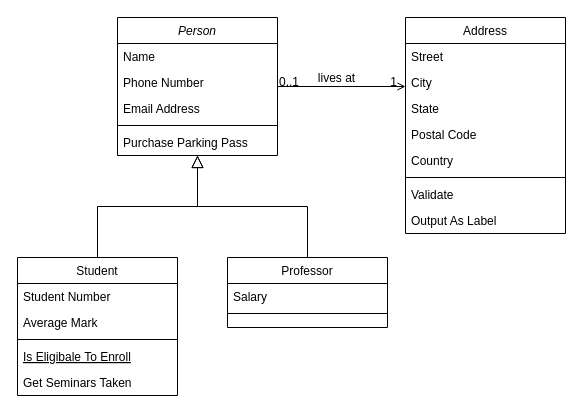
agilles1/private-studio-app keeps this draw.io diagram as Untitled Diagram.drawio. Above is the earlier version. Source tidied: cells renumbered, new cells numbered last; positions are measured from the earlier drawing's top-left corner, leaving out a move shared by most shapes. Both pictures are drawn from the tidied source at 100%, with x=0, y=0 at pixel (17, 17).
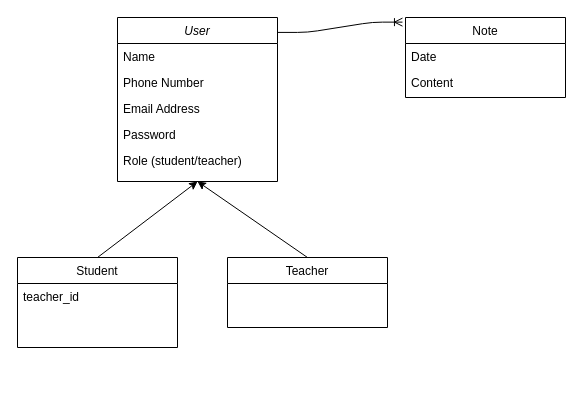
The same diagram, later.

Diff of the diagram source:
```diff
@@
-    <mxCell id="2" value="Person" style="swimlane;fontStyle=2;align=center;verticalAlign=top;horizontal=1;startSize=26;rounded=0;shadow=0;strokeWidth=1;" parent="1" vertex="1">
-      <mxGeometry x="100" width="160" height="138" as="geometry" />
+    <mxCell id="2" value="User" style="swimlane;fontStyle=2;align=center;verticalAlign=top;horizontal=1;startSize=26;rounded=0;shadow=0;strokeWidth=1;" parent="1" vertex="1">
+      <mxGeometry x="100" width="160" height="164" as="geometry" />
     </mxCell>
@@
-    <mxCell id="6" style="line;html=1;strokeWidth=1;align=left;verticalAlign=middle;spacingTop=-1;spacingLeft=3;spacingRight=3;labelPosition=right;" parent="2" vertex="1">
-      <mxGeometry y="104" width="160" height="8" as="geometry" />
-    </mxCell>
-    <mxCell id="7" value="Purchase Parking Pass" style="text;align=left;verticalAlign=top;spacingLeft=4;spacingRight=4;overflow=hidden;" parent="2" vertex="1">
-      <mxGeometry y="112" width="160" height="26" as="geometry" />
-    </mxCell>
+    <mxCell id="32" value="Password" style="text;align=left;verticalAlign=top;spacingLeft=4;spacingRight=4;overflow=hidden;rounded=0;shadow=0;html=0;" parent="2" vertex="1">
+      <mxGeometry y="104" width="160" height="26" as="geometry" />
+    </mxCell>
+    <mxCell id="33" value="Role (student/teacher)" style="text;align=left;verticalAlign=top;spacingLeft=4;spacingRight=4;overflow=hidden;rounded=0;shadow=0;html=0;" parent="2" vertex="1">
+      <mxGeometry y="130" width="160" height="26" as="geometry" />
+    </mxCell>
     <mxCell id="8" value="Student" style="swimlane;fontStyle=0;align=center;verticalAlign=top;horizontal=1;startSize=26;rounded=0;shadow=0;strokeWidth=1;" parent="1" vertex="1">
-      <mxGeometry y="240" width="160" height="138" as="geometry" />
+      <mxGeometry y="240" width="160" height="90" as="geometry" />
     </mxCell>
-    <mxCell id="9" value="Student Number" style="text;align=left;verticalAlign=top;spacingLeft=4;spacingRight=4;overflow=hidden;" parent="8" vertex="1">
+    <mxCell id="9" value="teacher_id" style="text;align=left;verticalAlign=top;spacingLeft=4;spacingRight=4;overflow=hidden;" parent="8" vertex="1">
       <mxGeometry y="26" width="160" height="26" as="geometry" />
     </mxCell>
-    <mxCell id="10" value="Average Mark" style="text;align=left;verticalAlign=top;spacingLeft=4;spacingRight=4;overflow=hidden;rounded=0;shadow=0;html=0;" parent="8" vertex="1">
-      <mxGeometry y="52" width="160" height="26" as="geometry" />
-    </mxCell>
-    <mxCell id="11" style="line;html=1;strokeWidth=1;align=left;verticalAlign=middle;spacingTop=-1;spacingLeft=3;spacingRight=3;labelPosition=right;" parent="8" vertex="1">
-      <mxGeometry y="78" width="160" height="8" as="geometry" />
-    </mxCell>
-    <mxCell id="12" value="Is Eligibale To Enroll" style="text;align=left;verticalAlign=top;spacingLeft=4;spacingRight=4;overflow=hidden;fontStyle=4;" parent="8" vertex="1">
-      <mxGeometry y="86" width="160" height="26" as="geometry" />
-    </mxCell>
-    <mxCell id="13" value="Get Seminars Taken" style="text;align=left;verticalAlign=top;spacingLeft=4;spacingRight=4;overflow=hidden;" parent="8" vertex="1">
-      <mxGeometry y="112" width="160" height="26" as="geometry" />
-    </mxCell>
-    <mxCell id="14" style="endArrow=block;endSize=10;endFill=0;shadow=0;strokeWidth=1;rounded=0;edgeStyle=elbowEdgeStyle;elbow=vertical;" parent="1" edge="1" source="8" target="2">
-      <mxGeometry relative="1" as="geometry" />
-    </mxCell>
-    <mxCell id="15" value="Professor" style="swimlane;fontStyle=0;align=center;verticalAlign=top;horizontal=1;startSize=26;rounded=0;shadow=0;strokeWidth=1;" parent="1" vertex="1">
+    <mxCell id="15" value="Teacher" style="swimlane;fontStyle=0;align=center;verticalAlign=top;horizontal=1;startSize=26;rounded=0;shadow=0;strokeWidth=1;" parent="1" vertex="1">
       <mxGeometry x="210" y="240" width="160" height="70" as="geometry" />
     </mxCell>
-    <mxCell id="16" value="Salary" style="text;align=left;verticalAlign=top;spacingLeft=4;spacingRight=4;overflow=hidden;" parent="15" vertex="1">
-      <mxGeometry y="26" width="160" height="26" as="geometry" />
-    </mxCell>
-    <mxCell id="17" style="line;html=1;strokeWidth=1;align=left;verticalAlign=middle;spacingTop=-1;spacingLeft=3;spacingRight=3;labelPosition=right;" parent="15" vertex="1">
-      <mxGeometry y="52" width="160" height="8" as="geometry" />
-    </mxCell>
-    <mxCell id="18" style="endArrow=block;endSize=10;endFill=0;shadow=0;strokeWidth=1;rounded=0;edgeStyle=elbowEdgeStyle;elbow=vertical;" parent="1" edge="1" source="15" target="2">
-      <mxGeometry relative="1" as="geometry" />
-    </mxCell>
-    <mxCell id="19" value="Address" style="swimlane;fontStyle=0;align=center;verticalAlign=top;horizontal=1;startSize=26;rounded=0;shadow=0;strokeWidth=1;" parent="1" vertex="1">
-      <mxGeometry x="388" width="160" height="216" as="geometry" />
+    <mxCell id="19" value="Note&#10;" style="swimlane;fontStyle=0;align=center;verticalAlign=top;horizontal=1;startSize=26;rounded=0;shadow=0;strokeWidth=1;" parent="1" vertex="1">
+      <mxGeometry x="388" width="160" height="80" as="geometry" />
     </mxCell>
-    <mxCell id="20" value="Street" style="text;align=left;verticalAlign=top;spacingLeft=4;spacingRight=4;overflow=hidden;" parent="19" vertex="1">
+    <mxCell id="20" value="Date" style="text;align=left;verticalAlign=top;spacingLeft=4;spacingRight=4;overflow=hidden;" parent="19" vertex="1">
       <mxGeometry y="26" width="160" height="26" as="geometry" />
     </mxCell>
-    <mxCell id="21" value="City" style="text;align=left;verticalAlign=top;spacingLeft=4;spacingRight=4;overflow=hidden;rounded=0;shadow=0;html=0;" parent="19" vertex="1">
+    <mxCell id="21" value="Content" style="text;align=left;verticalAlign=top;spacingLeft=4;spacingRight=4;overflow=hidden;rounded=0;shadow=0;html=0;" parent="19" vertex="1">
       <mxGeometry y="52" width="160" height="26" as="geometry" />
     </mxCell>
-    <mxCell id="22" value="State" style="text;align=left;verticalAlign=top;spacingLeft=4;spacingRight=4;overflow=hidden;rounded=0;shadow=0;html=0;" parent="19" vertex="1">
-      <mxGeometry y="78" width="160" height="26" as="geometry" />
-    </mxCell>
-    <mxCell id="23" value="Postal Code" style="text;align=left;verticalAlign=top;spacingLeft=4;spacingRight=4;overflow=hidden;rounded=0;shadow=0;html=0;" parent="19" vertex="1">
-      <mxGeometry y="104" width="160" height="26" as="geometry" />
-    </mxCell>
-    <mxCell id="24" value="Country" style="text;align=left;verticalAlign=top;spacingLeft=4;spacingRight=4;overflow=hidden;rounded=0;shadow=0;html=0;" parent="19" vertex="1">
-      <mxGeometry y="130" width="160" height="26" as="geometry" />
-    </mxCell>
-    <mxCell id="25" style="line;html=1;strokeWidth=1;align=left;verticalAlign=middle;spacingTop=-1;spacingLeft=3;spacingRight=3;labelPosition=right;" parent="19" vertex="1">
-      <mxGeometry y="156" width="160" height="8" as="geometry" />
-    </mxCell>
-    <mxCell id="26" value="Validate" style="text;align=left;verticalAlign=top;spacingLeft=4;spacingRight=4;overflow=hidden;" parent="19" vertex="1">
-      <mxGeometry y="164" width="160" height="26" as="geometry" />
-    </mxCell>
-    <mxCell id="27" value="Output As Label" style="text;align=left;verticalAlign=top;spacingLeft=4;spacingRight=4;overflow=hidden;" parent="19" vertex="1">
-      <mxGeometry y="190" width="160" height="26" as="geometry" />
-    </mxCell>
-    <mxCell id="28" style="endArrow=open;shadow=0;strokeWidth=1;rounded=0;endFill=1;edgeStyle=elbowEdgeStyle;elbow=vertical;" parent="1" edge="1" source="2" target="19">
-      <mxGeometry x="0.5" y="41" relative="1" as="geometry">
-        <mxPoint x="-40" y="32" as="offset" />
-      </mxGeometry>
+    <mxCell id="28" style="edgeStyle=entityRelationEdgeStyle;fontSize=12;html=1;endArrow=ERoneToMany;exitX=1;exitY=0.091;exitDx=0;exitDy=0;exitPerimeter=0;entryX=-0.019;entryY=0.058;entryDx=0;entryDy=0;entryPerimeter=0;" parent="1" edge="1" source="2" target="19">
+      <mxGeometry relative="1" as="geometry" />
     </mxCell>
-    <mxCell id="29" value="0..1" style="align=left;verticalAlign=bottom;labelBackgroundColor=none;fontSize=12;" parent="28" vertex="1">
-      <mxGeometry x="-1" relative="1" as="geometry">
-        <mxPoint y="4" as="offset" />
-      </mxGeometry>
-    </mxCell>
-    <mxCell id="30" value="1" style="align=right;verticalAlign=bottom;labelBackgroundColor=none;fontSize=12;" parent="28" vertex="1">
-      <mxGeometry x="1" relative="1" as="geometry">
-        <mxPoint x="-7" y="4" as="offset" />
-      </mxGeometry>
-    </mxCell>
-    <mxCell id="31" value="lives at" style="text;html=1;align=center;verticalAlign=middle;labelBackgroundColor=none;rounded=0;shadow=0;strokeWidth=1;fontSize=12;" parent="28" vertex="1">
-      <mxGeometry x="0.5" y="49" relative="1" as="geometry">
-        <mxPoint x="-38" y="40" as="offset" />
-      </mxGeometry>
-    </mxCell>
+    <mxCell id="14" style="endArrow=classic;html=1;exitX=0.5;exitY=0;exitDx=0;exitDy=0;entryX=0.5;entryY=1;entryDx=0;entryDy=0;" parent="1" edge="1" source="8" target="2">
+      <mxGeometry relative="1" as="geometry" />
+    </mxCell>
+    <mxCell id="18" style="endArrow=classic;html=1;exitX=0.5;exitY=0;exitDx=0;exitDy=0;entryX=0.5;entryY=1;entryDx=0;entryDy=0;" parent="1" edge="1" source="15" target="2">
+      <mxGeometry relative="1" as="geometry" />
+    </mxCell>
```
